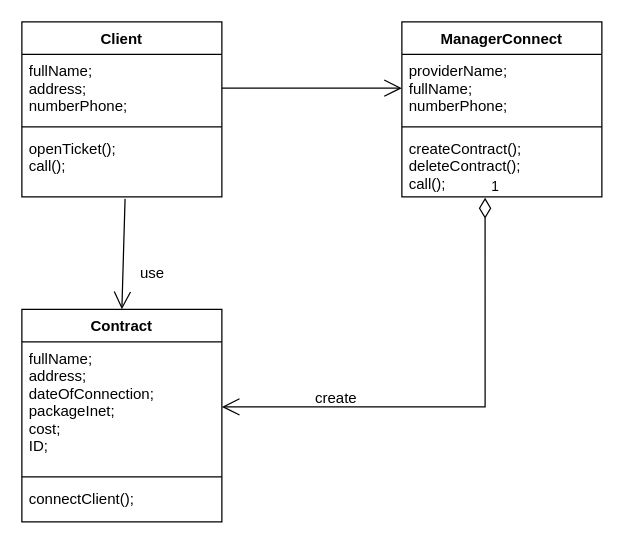
The draw.io diagram UML-diagramm.drawio in Maks151702/Kyrsach_OOP, before the edit. Source tidied: cells renumbered, new cells numbered last; positions are measured from the earlier drawing's top-left corner, leaving out a move shared by most shapes. Both pictures are drawn from the tidied source at 125%, with x=0, y=0 at pixel (21, 21).
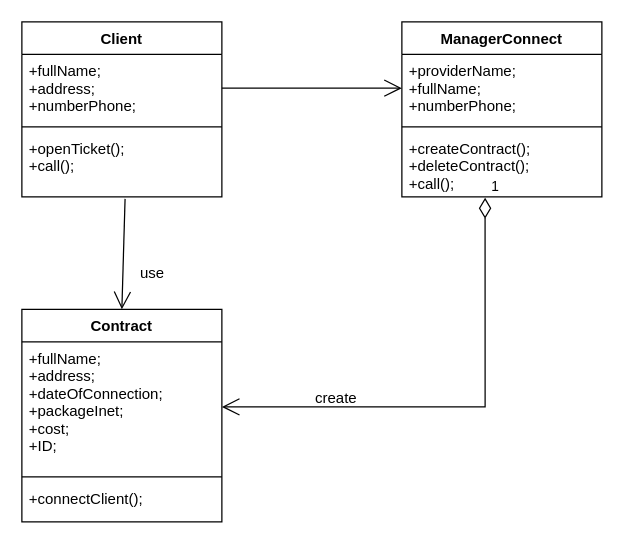
After the change.

What changed in the source:
```diff
@@
 <mxGraphModel>
   <root>
     <mxCell id="0" />
     <mxCell id="1" parent="0" />
     <mxCell id="2" value="Contract" style="swimlane;fontStyle=1;align=center;verticalAlign=top;horizontal=1;startSize=26;" parent="1" vertex="1">
       <mxGeometry y="230" width="160" height="170" as="geometry" />
     </mxCell>
-    <mxCell id="3" value="fullName;&#10;address;&#10;dateOfConnection;&#10;packageInet;&#10;cost;&#10;ID;" style="text;strokeColor=none;fillColor=none;align=left;verticalAlign=top;spacingLeft=4;spacingRight=4;overflow=hidden;points=[[0,0.5],[1,0.5]];portConstraint=eastwest;" parent="2" vertex="1">
+    <mxCell id="3" value="+fullName;&#10;+address;&#10;+dateOfConnection;&#10;+packageInet;&#10;+cost;&#10;+ID;" style="text;strokeColor=none;fillColor=none;align=left;verticalAlign=top;spacingLeft=4;spacingRight=4;overflow=hidden;points=[[0,0.5],[1,0.5]];portConstraint=eastwest;" parent="2" vertex="1">
       <mxGeometry y="26" width="160" height="104" as="geometry" />
     </mxCell>
     <mxCell id="4" style="line;strokeWidth=1;fillColor=none;align=left;verticalAlign=middle;spacingTop=-1;spacingLeft=3;spacingRight=3;labelPosition=right;" parent="2" vertex="1">
       <mxGeometry y="130" width="160" height="8" as="geometry" />
     </mxCell>
-    <mxCell id="5" value="connectClient();" style="text;strokeColor=none;fillColor=none;align=left;verticalAlign=top;spacingLeft=4;spacingRight=4;overflow=hidden;" parent="2" vertex="1">
+    <mxCell id="5" value="+connectClient();" style="text;strokeColor=none;fillColor=none;align=left;verticalAlign=top;spacingLeft=4;spacingRight=4;overflow=hidden;" parent="2" vertex="1">
       <mxGeometry y="138" width="160" height="32" as="geometry" />
     </mxCell>
     <mxCell id="6" value="Client" style="swimlane;fontStyle=1;align=center;verticalAlign=top;horizontal=1;startSize=26;" parent="1" vertex="1">
       <mxGeometry width="160" height="140" as="geometry" />
     </mxCell>
-    <mxCell id="7" value="fullName;&#10;address;&#10;numberPhone;" style="text;strokeColor=none;fillColor=none;align=left;verticalAlign=top;spacingLeft=4;spacingRight=4;overflow=hidden;points=[[0,0.5],[1,0.5]];portConstraint=eastwest;" parent="6" vertex="1">
+    <mxCell id="7" value="+fullName;&#10;+address;&#10;+numberPhone;" style="text;strokeColor=none;fillColor=none;align=left;verticalAlign=top;spacingLeft=4;spacingRight=4;overflow=hidden;points=[[0,0.5],[1,0.5]];portConstraint=eastwest;" parent="6" vertex="1">
       <mxGeometry y="26" width="160" height="54" as="geometry" />
     </mxCell>
     <mxCell id="8" style="line;strokeWidth=1;fillColor=none;align=left;verticalAlign=middle;spacingTop=-1;spacingLeft=3;spacingRight=3;labelPosition=right;" parent="6" vertex="1">
       <mxGeometry y="80" width="160" height="8" as="geometry" />
     </mxCell>
-    <mxCell id="9" value="openTicket();&#10;call();" style="text;strokeColor=none;fillColor=none;align=left;verticalAlign=top;spacingLeft=4;spacingRight=4;overflow=hidden;points=[[0,0.5],[1,0.5]];portConstraint=eastwest;" parent="6" vertex="1">
+    <mxCell id="9" value="+openTicket();&#10;+call();" style="text;strokeColor=none;fillColor=none;align=left;verticalAlign=top;spacingLeft=4;spacingRight=4;overflow=hidden;points=[[0,0.5],[1,0.5]];portConstraint=eastwest;" parent="6" vertex="1">
       <mxGeometry y="88" width="160" height="52" as="geometry" />
     </mxCell>
     <mxCell id="10" value="ManagerConnect" style="swimlane;fontStyle=1;align=center;verticalAlign=top;horizontal=1;startSize=26;" parent="1" vertex="1">
       <mxGeometry x="304" width="160" height="140" as="geometry" />
     </mxCell>
-    <mxCell id="11" value="providerName;&#10;fullName;&#10;numberPhone;" style="text;strokeColor=none;fillColor=none;align=left;verticalAlign=top;spacingLeft=4;spacingRight=4;overflow=hidden;points=[[0,0.5],[1,0.5]];portConstraint=eastwest;" parent="10" vertex="1">
+    <mxCell id="11" value="+providerName;&#10;+fullName;&#10;+numberPhone;" style="text;strokeColor=none;fillColor=none;align=left;verticalAlign=top;spacingLeft=4;spacingRight=4;overflow=hidden;points=[[0,0.5],[1,0.5]];portConstraint=eastwest;" parent="10" vertex="1">
       <mxGeometry y="26" width="160" height="54" as="geometry" />
     </mxCell>
     <mxCell id="12" style="line;strokeWidth=1;fillColor=none;align=left;verticalAlign=middle;spacingTop=-1;spacingLeft=3;spacingRight=3;labelPosition=right;" parent="10" vertex="1">
       <mxGeometry y="80" width="160" height="8" as="geometry" />
     </mxCell>
-    <mxCell id="13" value="createContract();&#10;deleteContract();&#10;call();" style="text;strokeColor=none;fillColor=none;align=left;verticalAlign=top;spacingLeft=4;spacingRight=4;overflow=hidden;points=[[0,0.5],[1,0.5]];portConstraint=eastwest;" parent="10" vertex="1">
+    <mxCell id="13" value="+createContract();&#10;+deleteContract();&#10;+call();" style="text;strokeColor=none;fillColor=none;align=left;verticalAlign=top;spacingLeft=4;spacingRight=4;overflow=hidden;points=[[0,0.5],[1,0.5]];portConstraint=eastwest;" parent="10" vertex="1">
       <mxGeometry y="88" width="160" height="52" as="geometry" />
     </mxCell>
     <mxCell id="14" value="1" style="endArrow=open;html=1;endSize=12;startArrow=diamondThin;startSize=14;startFill=0;edgeStyle=orthogonalEdgeStyle;align=left;verticalAlign=bottom;rounded=0;exitX=0.416;exitY=1.012;exitDx=0;exitDy=0;exitPerimeter=0;entryX=1;entryY=0.5;entryDx=0;entryDy=0;" parent="1" edge="1" source="13" target="3">
       <mxGeometry x="-1" y="3" relative="1" as="geometry" />
     </mxCell>
     <mxCell id="15" value="&lt;br&gt;create" style="text;html=1;strokeColor=none;fillColor=none;spacing=5;spacingTop=-20;whiteSpace=wrap;overflow=hidden;rounded=0;" parent="1" vertex="1">
       <mxGeometry x="230" y="290" width="50" height="20" as="geometry" />
     </mxCell>
     <mxCell id="16" style="endArrow=open;endFill=1;endSize=12;html=1;rounded=0;entryX=0.5;entryY=0;entryDx=0;entryDy=0;exitX=0.516;exitY=1.031;exitDx=0;exitDy=0;exitPerimeter=0;" parent="1" edge="1" source="9" target="2">
       <mxGeometry relative="1" as="geometry" />
     </mxCell>
     <mxCell id="17" value="&lt;br&gt;use" style="text;html=1;strokeColor=none;fillColor=none;spacing=5;spacingTop=-20;whiteSpace=wrap;overflow=hidden;rounded=0;" parent="1" vertex="1">
       <mxGeometry x="90" y="190" width="50" height="20" as="geometry" />
     </mxCell>
     <mxCell id="18" style="endArrow=open;endFill=1;endSize=12;html=1;rounded=0;exitX=1;exitY=0.5;exitDx=0;exitDy=0;entryX=0;entryY=0.5;entryDx=0;entryDy=0;" parent="1" edge="1" source="7" target="11">
       <mxGeometry relative="1" as="geometry" />
     </mxCell>
   </root>
 </mxGraphModel>
```
